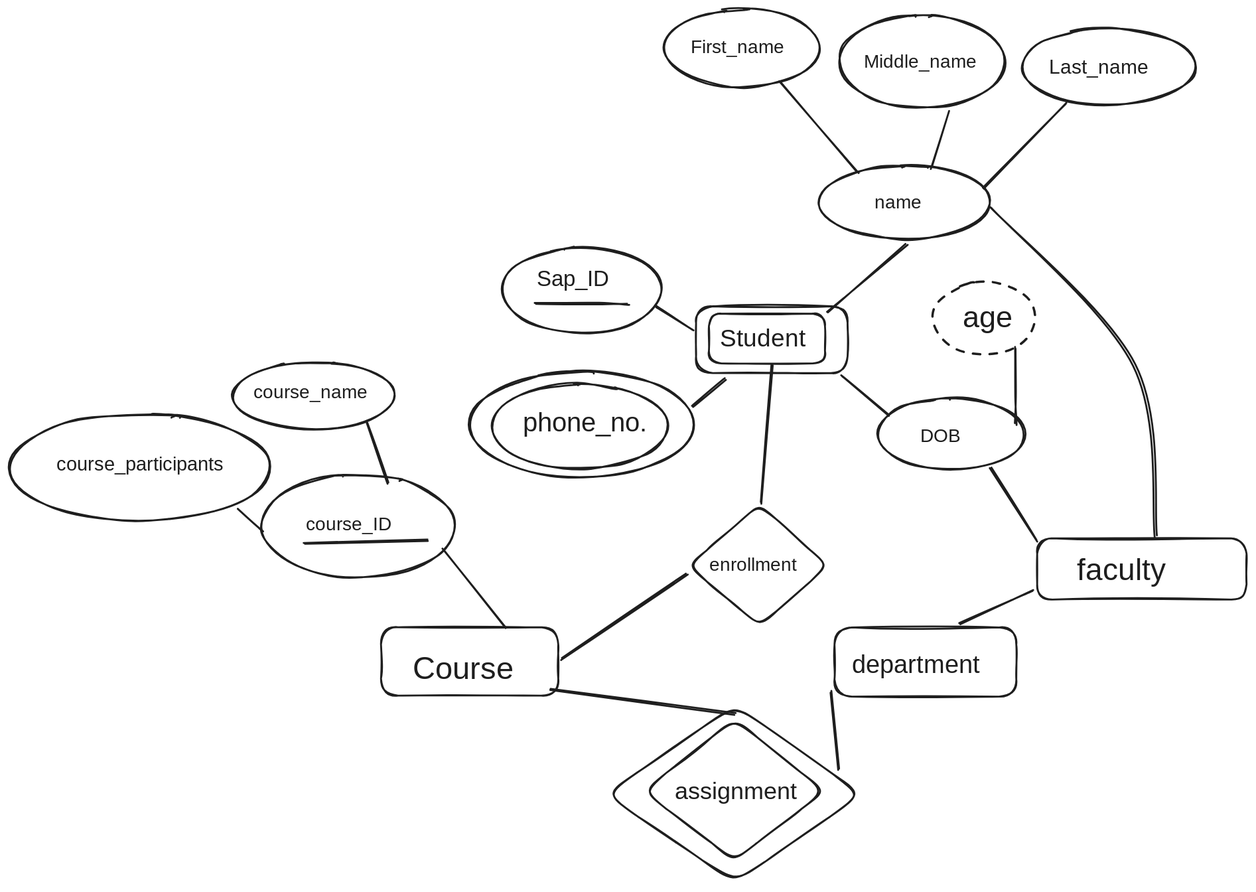
Earlier version of the Excalidraw export Notes Factory/Semister 3/Rough Work/t1.excalidraw.svg (P7XCKD/NF). Source tidied: one line per element, renumbered; positions are measured from the earlier drawing's top-left corner, leaving out a move shared by most shapes.
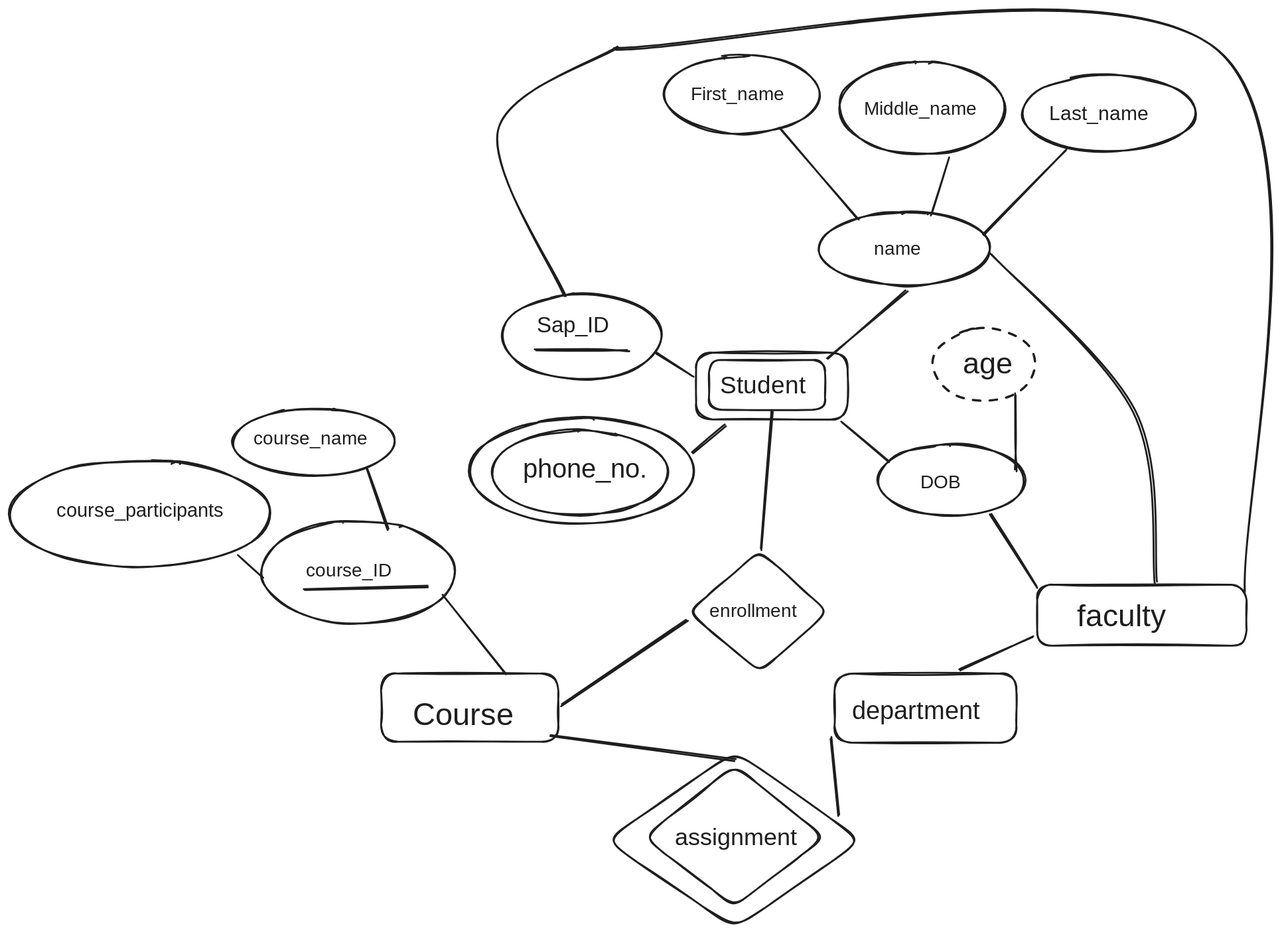
Above is the later version.

Change to the diagram source:
```diff
@@ -55,3 +55,5 @@
 {"id": 54, "type": "line", "strokeColor": "#1e1e1e", "strokeWidth": 2, "roughness": 1, "round": true, "x": 1057, "y": 213, "width": 177, "height": 354, "points": [[0, 0], [154, 170], [177, 354]]}
 {"id": 55, "type": "line", "strokeColor": "#1e1e1e", "strokeWidth": 2, "roughness": 1, "round": true, "x": 1023, "y": 662, "width": 79, "height": 36, "points": [[0, 0], [79, -36]]}
 {"id": 56, "type": "line", "strokeColor": "#1e1e1e", "strokeWidth": 2, "roughness": 1, "round": true, "x": 1056, "y": 493, "width": 50, "height": 80, "points": [[0, 0], [50, 80]]}
+{"id": 57, "type": "line", "strokeColor": "#1e1e1e", "strokeWidth": 2, "roughness": 1, "round": true, "x": 652, "y": -7, "width": 677, "height": 584, "points": [[0, 0], [650, 1], [677, 584]]}
+{"id": 58, "type": "line", "strokeColor": "#1e1e1e", "strokeWidth": 2, "roughness": 1, "round": true, "x": 655, "y": -9, "width": 130, "height": 267, "points": [[0, 0], [-130, 88], [-58, 267]]}
```
